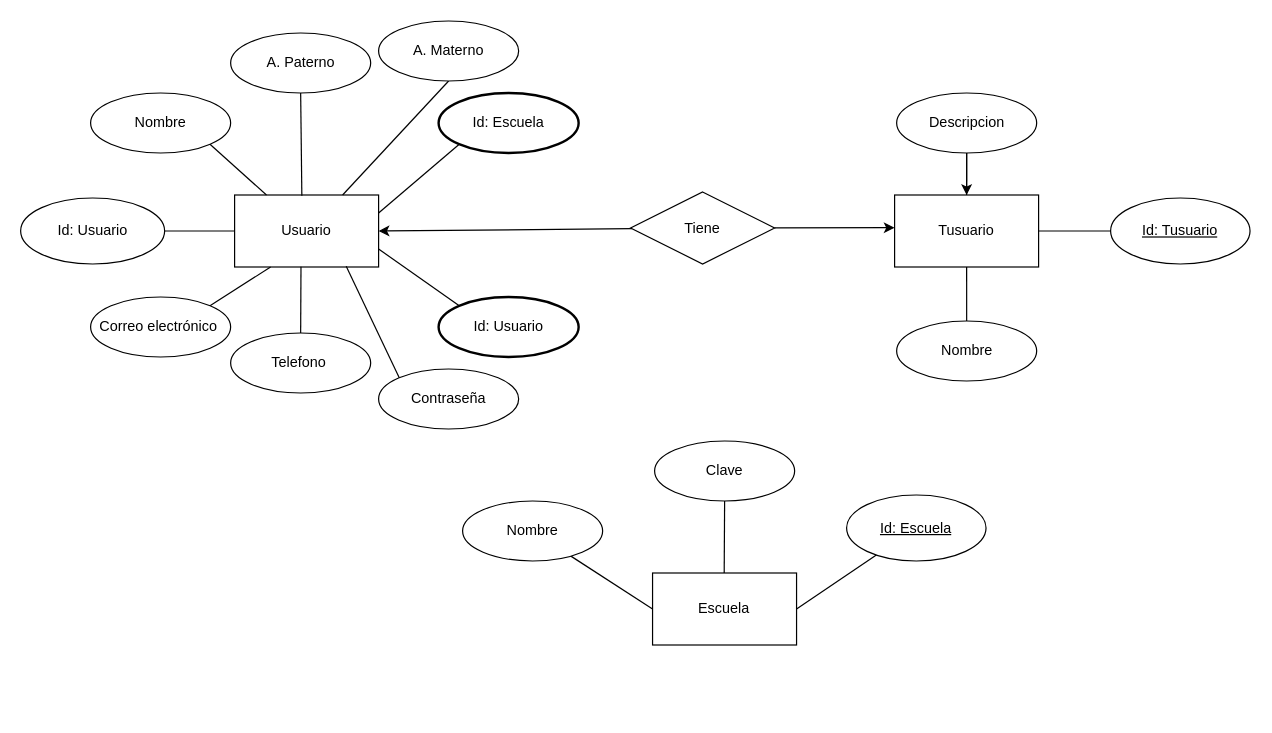
Earlier version of the draw.io diagram Diagrama sin título.drawio (PdroVelka/ConstruccionBD). Source tidied: cells renumbered, new cells numbered last; positions are measured from the earlier drawing's top-left corner, leaving out a move shared by most shapes. Both pictures are drawn from the tidied source at 120%, with x=0, y=0 at pixel (20, 20).
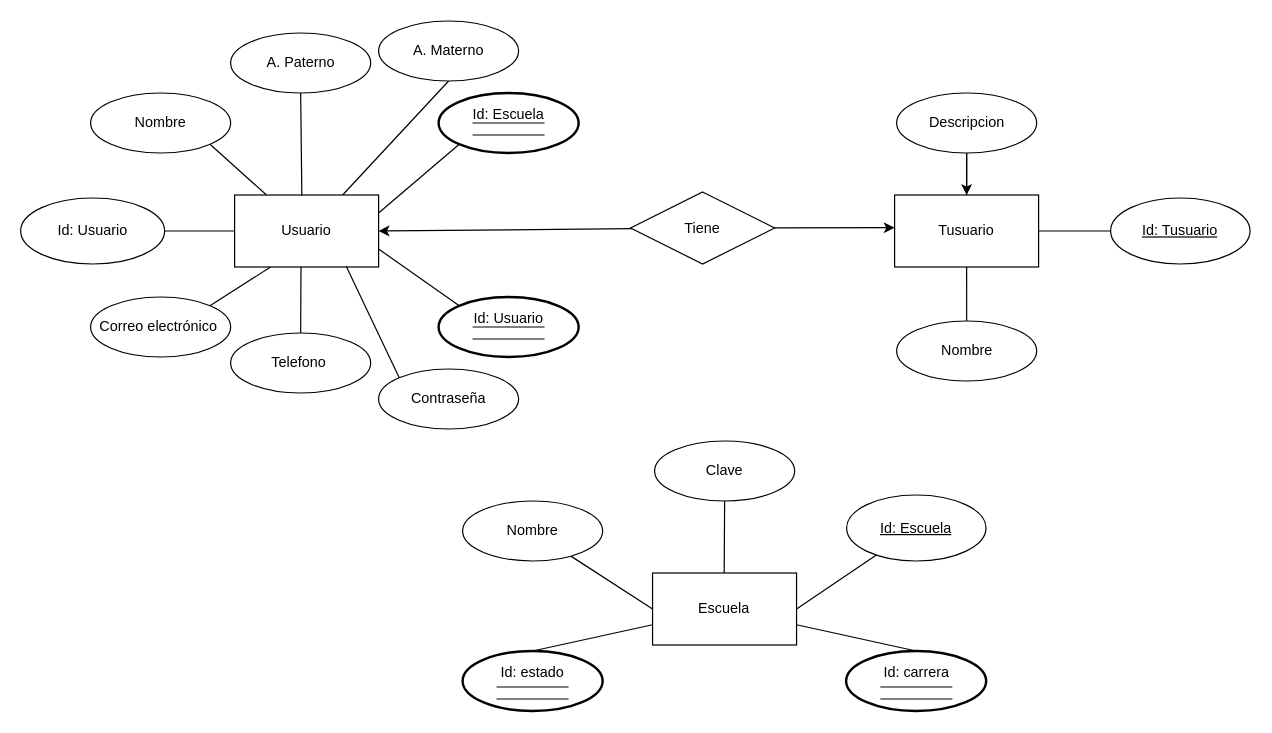
The same diagram, later.

Commit message:
Entidad Relacion

Unchanged cells that the change refers to:
```xml
<mxCell id="33" value="Escuela" style="rounded=0;whiteSpace=wrap;html=1;" parent="1" vertex="1">
  <mxGeometry x="526.3" y="460" width="120" height="60" as="geometry" />
</mxCell>
```

The edit, as a diff of the source:
```diff
@@
-    <mxCell id="18" value="Id: Escuela" style="ellipse;whiteSpace=wrap;html=1;labelBorderColor=none;strokeWidth=2;" parent="1" vertex="1">
+    <mxCell id="18" value="Id: Escuela&lt;br&gt;&lt;br&gt;" style="ellipse;whiteSpace=wrap;html=1;labelBorderColor=none;strokeWidth=2;" parent="1" vertex="1">
       <mxGeometry x="348" y="60" width="116.7" height="50" as="geometry" />
     </mxCell>
@@
-    <mxCell id="20" value="Id: Usuario" style="ellipse;whiteSpace=wrap;html=1;strokeWidth=2;gradientColor=none;fillColor=default;" parent="1" vertex="1">
+    <mxCell id="20" value="Id: Usuario&lt;br&gt;&lt;br&gt;" style="ellipse;whiteSpace=wrap;html=1;strokeWidth=2;gradientColor=none;fillColor=default;" parent="1" vertex="1">
       <mxGeometry x="348" y="230" width="116.7" height="50" as="geometry" />
     </mxCell>
@@
+    <mxCell id="40" style="edgeStyle=none;rounded=0;jettySize=auto;html=1;entryX=0.5;entryY=0;entryDx=0;entryDy=0;endArrow=none;endFill=0;" parent="1" edge="1" source="33" target="42">
+      <mxGeometry relative="1" as="geometry" />
+    </mxCell>
+    <mxCell id="41" style="edgeStyle=none;rounded=0;jettySize=auto;html=1;entryX=0.5;entryY=0;entryDx=0;entryDy=0;endArrow=none;endFill=0;" parent="1" edge="1" source="33" target="43">
+      <mxGeometry relative="1" as="geometry" />
+    </mxCell>
@@
+    <mxCell id="42" value="Id: estado&lt;br&gt;&lt;br&gt;" style="ellipse;whiteSpace=wrap;html=1;strokeWidth=2;" parent="1" vertex="1">
+      <mxGeometry x="368" y="525" width="116.7" height="50" as="geometry" />
+    </mxCell>
+    <mxCell id="43" value="Id: carrera&lt;br&gt;&lt;br&gt;" style="ellipse;whiteSpace=wrap;html=1;strokeWidth=2;" parent="1" vertex="1">
+      <mxGeometry x="687.6" y="525" width="116.7" height="50" as="geometry" />
+    </mxCell>
+    <mxCell id="44" style="line;strokeWidth=1;dashed=0;labelPosition=right;align=left;verticalAlign=middle;spacingTop=0;spacingLeft=6;" parent="1" vertex="1">
+      <mxGeometry x="396.3" y="560" width="60" height="10" as="geometry" />
+    </mxCell>
+    <mxCell id="45" style="line;strokeWidth=1;dashed=0;labelPosition=right;align=left;verticalAlign=middle;spacingTop=0;spacingLeft=6;" parent="1" vertex="1">
+      <mxGeometry x="396.3" y="550" width="60" height="10" as="geometry" />
+    </mxCell>
+    <mxCell id="46" style="line;strokeWidth=1;dashed=0;labelPosition=right;align=left;verticalAlign=middle;spacingTop=0;spacingLeft=6;" parent="1" vertex="1">
+      <mxGeometry x="716.1" y="550" width="60" height="10" as="geometry" />
+    </mxCell>
+    <mxCell id="47" style="line;strokeWidth=1;dashed=0;labelPosition=right;align=left;verticalAlign=middle;spacingTop=0;spacingLeft=6;" parent="1" vertex="1">
+      <mxGeometry x="716.1" y="560" width="60" height="10" as="geometry" />
+    </mxCell>
+    <mxCell id="48" style="line;strokeWidth=1;dashed=0;labelPosition=right;align=left;verticalAlign=middle;spacingTop=0;spacingLeft=6;" parent="1" vertex="1">
+      <mxGeometry x="376.3" y="250" width="60" height="10" as="geometry" />
+    </mxCell>
+    <mxCell id="49" style="line;strokeWidth=1;dashed=0;labelPosition=right;align=left;verticalAlign=middle;spacingTop=0;spacingLeft=6;" parent="1" vertex="1">
+      <mxGeometry x="376.3" y="260" width="60" height="10" as="geometry" />
+    </mxCell>
+    <mxCell id="50" style="line;strokeWidth=1;dashed=0;labelPosition=right;align=left;verticalAlign=middle;spacingTop=0;spacingLeft=6;" parent="1" vertex="1">
+      <mxGeometry x="376.3" y="80" width="60" height="10" as="geometry" />
+    </mxCell>
+    <mxCell id="51" style="line;strokeWidth=1;dashed=0;labelPosition=right;align=left;verticalAlign=middle;spacingTop=0;spacingLeft=6;" parent="1" vertex="1">
+      <mxGeometry x="376.3" y="90" width="60" height="10" as="geometry" />
+    </mxCell>
```
